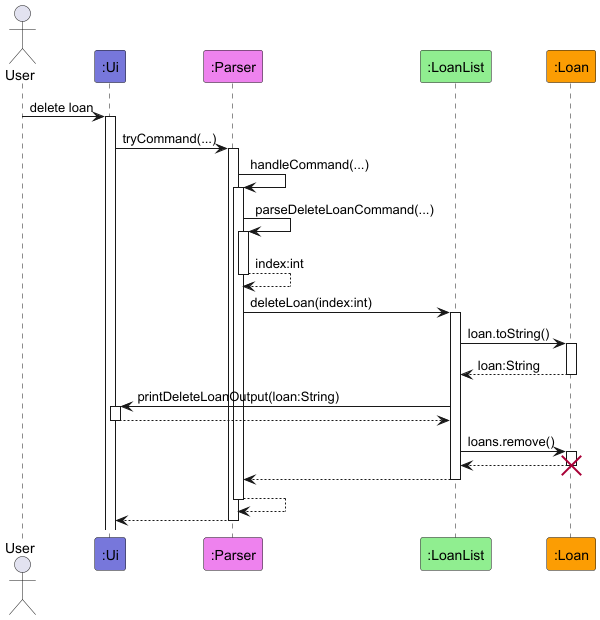
This is docs/diagrams/loan/DeleteLoanSequenceDiagram.png from AY2526S1-CS2113-T10-1/tp, a PlantUML export, as it was before one commit. The source it was exported from:
```plantuml
@startuml
!include style.puml

actor User

participant ":Ui" as Ui LOGIC_COLOR_T1
participant ":Parser" as Parser LOGIC_COLOR_T2
participant ":LoanList" as LoanList LOGIC_COLOR_T3
participant ":Loan" as Loan LOGIC_COLOR_T4

User -> Ui ++: delete loan

Ui -> Parser ++: tryCommand(...)
Parser -> Parser ++: handleCommand(...)

Parser -> Parser ++: parseDeleteLoanCommand(...)
return index:int

Parser -> LoanList ++: deleteLoan(index:int)
LoanList -> Loan ++: loan.toString()
return loan:String
LoanList -> Ui ++: printDeleteLoanOutput(loan:String)
return

LoanList -> Loan ++: loans.remove()
return
destroy Loan


return
return
return

@enduml
```
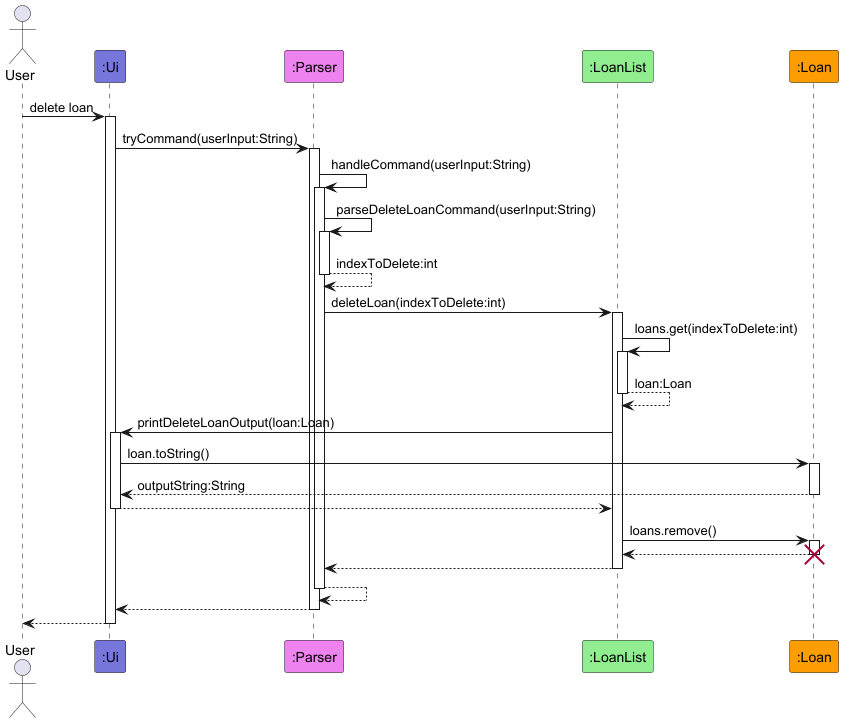
Later version of the same file.

Commit message:
Update Sequence Diagram

Diff of the diagram source:
```diff
@@ -10,16 +10,19 @@
 
 User -> Ui ++: delete loan
 
-Ui -> Parser ++: tryCommand(...)
-Parser -> Parser ++: handleCommand(...)
+Ui -> Parser ++: tryCommand(userInput:String)
+Parser -> Parser ++: handleCommand(userInput:String)
 
-Parser -> Parser ++: parseDeleteLoanCommand(...)
-return index:int
+Parser -> Parser ++: parseDeleteLoanCommand(userInput:String)
+return indexToDelete:int
 
-Parser -> LoanList ++: deleteLoan(index:int)
-LoanList -> Loan ++: loan.toString()
-return loan:String
-LoanList -> Ui ++: printDeleteLoanOutput(loan:String)
+Parser -> LoanList ++: deleteLoan(indexToDelete:int)
+LoanList -> LoanList ++: loans.get(indexToDelete:int)
+return loan:Loan
+
+LoanList -> Ui ++: printDeleteLoanOutput(loan:Loan)
+Ui -> Loan ++: loan.toString()
+return outputString:String
 return
 
 LoanList -> Loan ++: loans.remove()
@@ -30,5 +33,6 @@
 return
 return
 return
+return
 
 @enduml
```
